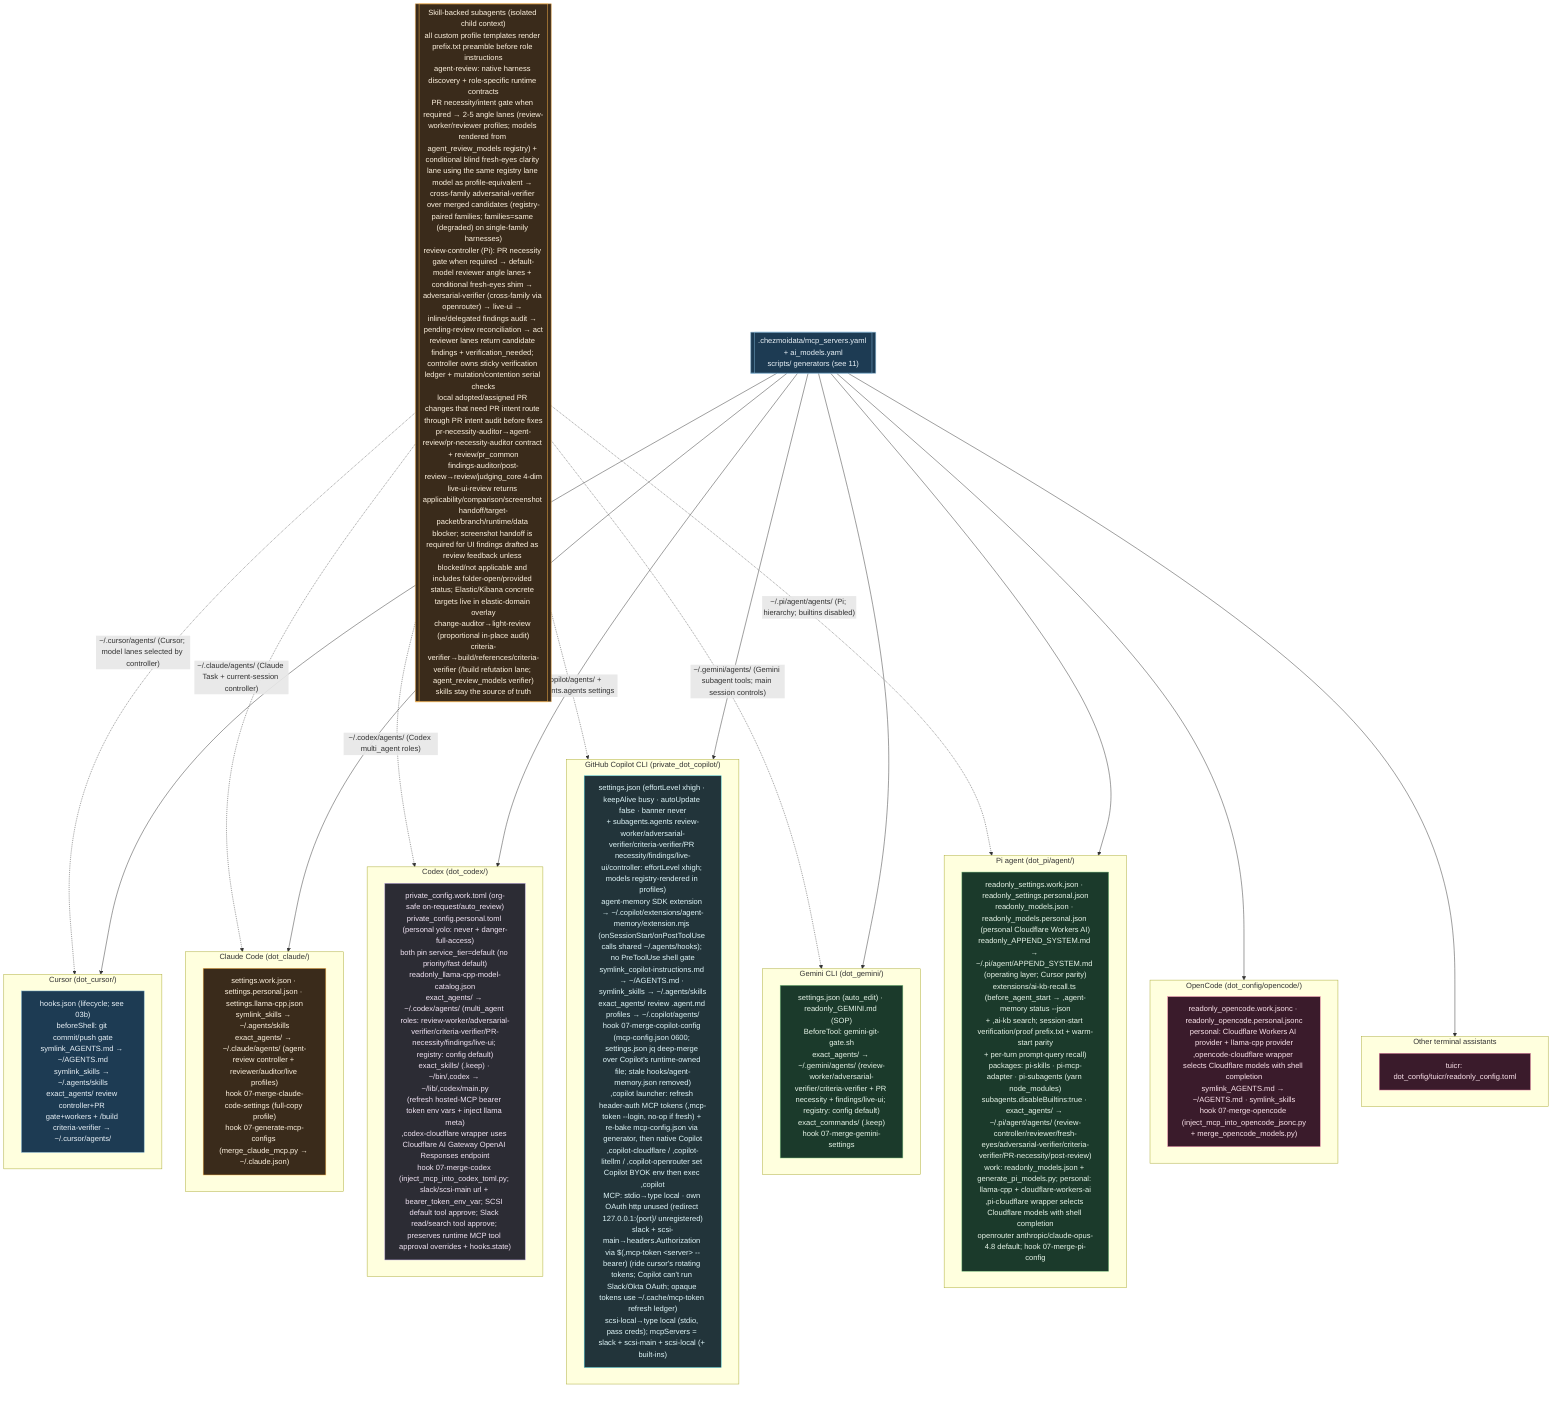
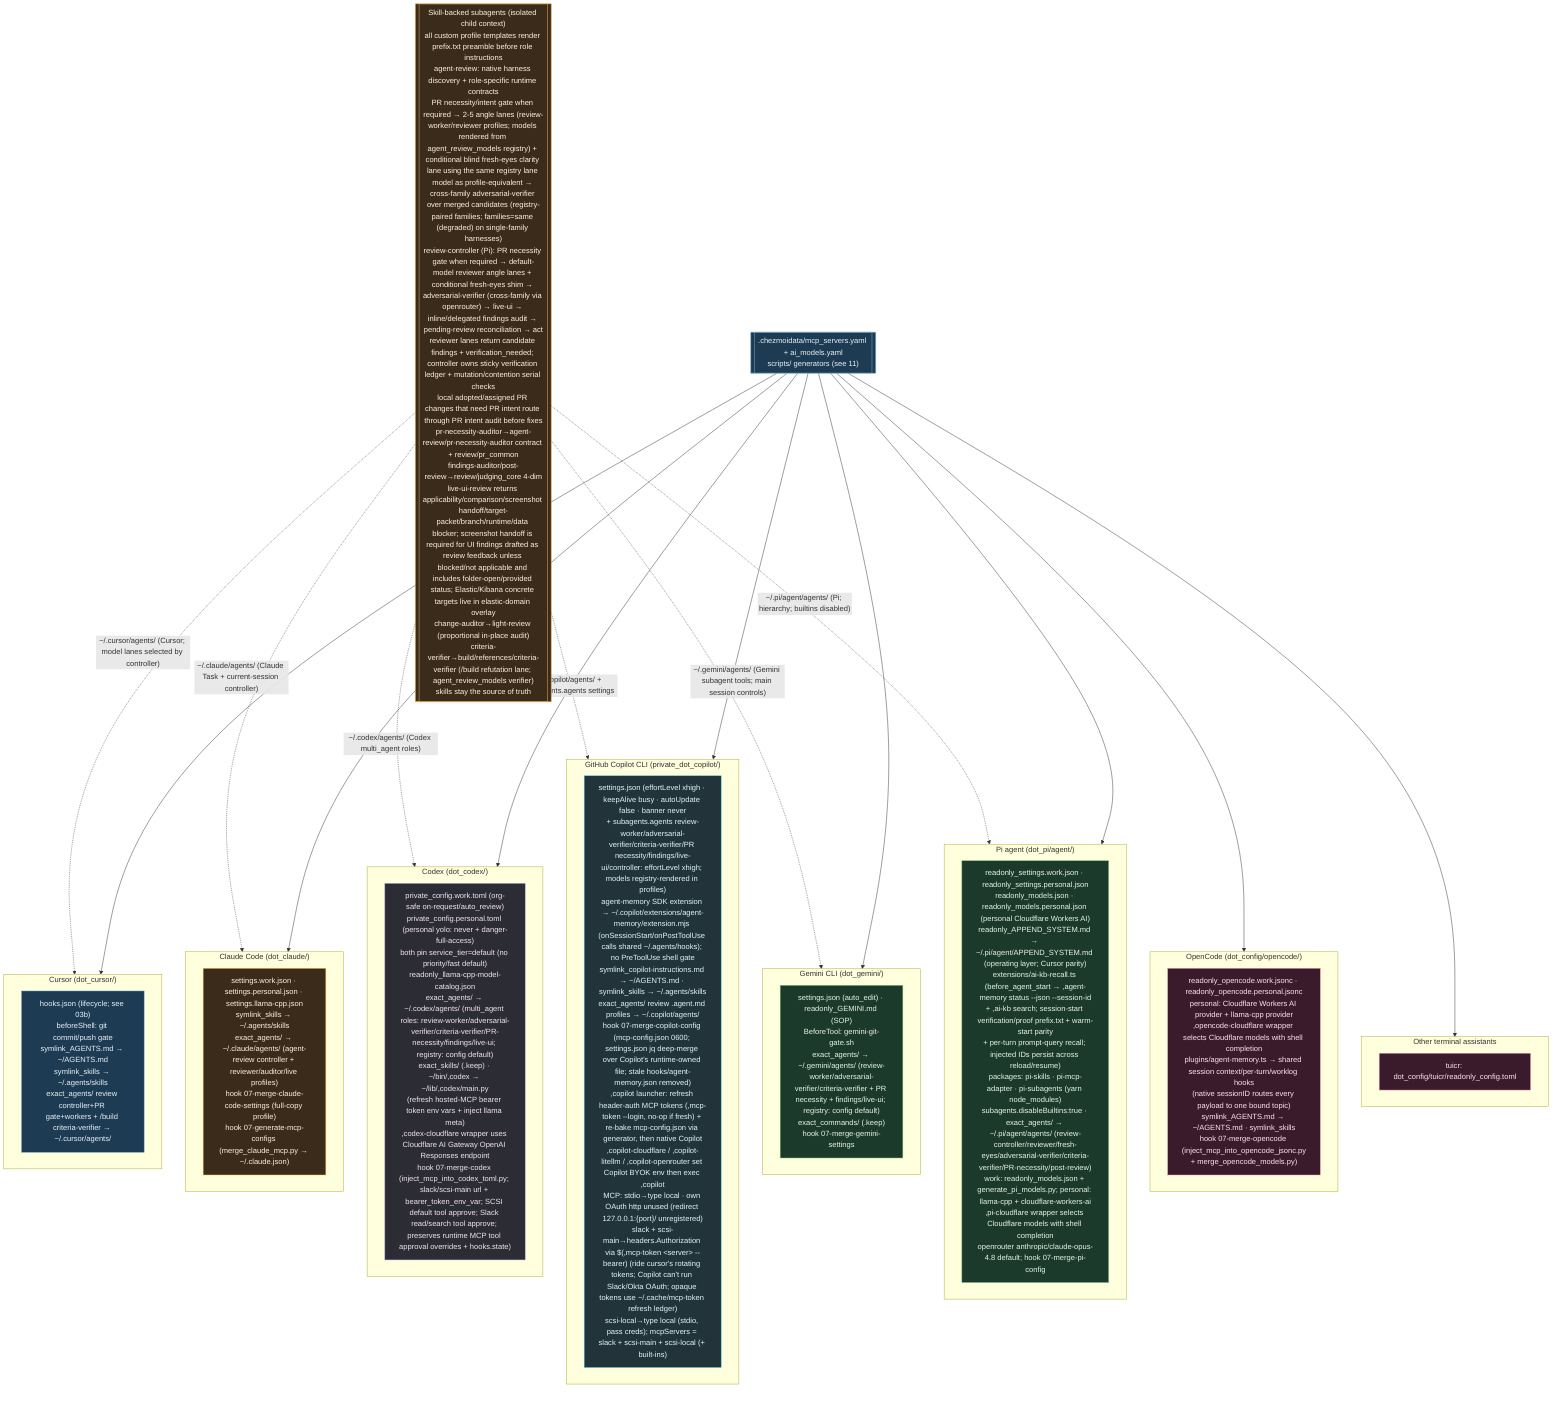
%% ============================================================================
%% 12-ai-tool-configs.mmd — Every per-tool AI config file in home/.
%% Pattern: source carries .work + .personal variants; a 07-merge-* hook picks
%% by isWork and merges generated MCP/model blocks into the live config.
%% ============================================================================
flowchart TB
    classDef cursor fill:#1d3b53,stroke:#7fb3d5,color:#eaf2f8;
    classDef claude fill:#3a2b1b,stroke:#ffb74d,color:#fff3e0;
    classDef codex fill:#2c2c34,stroke:#b39ddb,color:#f3e5f5;
    classDef gem fill:#1b3a2b,stroke:#81c784,color:#e8f5e9;
    classDef oc fill:#3a1b2b,stroke:#f48fb1,color:#fce4ec;
    classDef cop fill:#22343a,stroke:#4dd0e1,color:#e0f7fa;

    subgraph CURSOR["Cursor (dot_cursor/)"]
        CU["hooks.json (lifecycle; see 03b)<br/>beforeShell: git commit/push gate<br/>symlink_AGENTS.md → ~/AGENTS.md<br/>symlink_skills → ~/.agents/skills<br/>exact_agents/ review controller+PR gate+workers + /build criteria-verifier → ~/.cursor/agents/"]:::cursor
    end

    subgraph CLAUDE["Claude Code (dot_claude/)"]
        CLD["settings.work.json · settings.personal.json · settings.llama-cpp.json<br/>symlink_skills → ~/.agents/skills<br/>exact_agents/ → ~/.claude/agents/ (agent-review controller + reviewer/auditor/live profiles)<br/>hook 07-merge-claude-code-settings (full-copy profile)<br/>hook 07-generate-mcp-configs (merge_claude_mcp.py → ~/.claude.json)"]:::claude
    end

    subgraph CODEX["Codex (dot_codex/)"]
        CDX["private_config.work.toml (org-safe on-request/auto_review)<br/>private_config.personal.toml (personal yolo: never + danger-full-access)<br/>both pin service_tier=default (no priority/fast default)<br/>readonly_llama-cpp-model-catalog.json<br/>exact_agents/ → ~/.codex/agents/ (multi_agent roles: review-worker/adversarial-verifier/criteria-verifier/PR-necessity/findings/live-ui; registry: config default)<br/>exact_skills/ (.keep) · ~/bin/,codex → ~/lib/,codex/main.py<br/>(refresh hosted-MCP bearer token env vars + inject llama meta)<br/>,codex-cloudflare wrapper uses Cloudflare AI Gateway OpenAI Responses endpoint<br/>hook 07-merge-codex (inject_mcp_into_codex_toml.py; slack/scsi-main url + bearer_token_env_var; SCSI default tool approve; Slack read/search tool approve; preserves runtime MCP tool approval overrides + hooks.state)"]:::codex
    end

    subgraph GEMINI["Gemini CLI (dot_gemini/)"]
        GMN["settings.json (auto_edit) · readonly_GEMINI.md (SOP)<br/>BeforeTool: gemini-git-gate.sh<br/>exact_agents/ → ~/.gemini/agents/ (review-worker/adversarial-verifier/criteria-verifier + PR necessity + findings/live-ui; registry: config default)<br/>exact_commands/ (.keep)<br/>hook 07-merge-gemini-settings"]:::gem
    end

    subgraph OPENCODE["OpenCode (dot_config/opencode/)"]
-         OPC["readonly_opencode.work.jsonc · readonly_opencode.personal.jsonc<br/>personal: Cloudflare Workers AI provider + llama-cpp provider<br/>,opencode-cloudflare wrapper selects Cloudflare models with shell completion<br/>symlink_AGENTS.md → ~/AGENTS.md · symlink_skills<br/>hook 07-merge-opencode (inject_mcp_into_opencode_jsonc.py<br/>+ merge_opencode_models.py)"]:::oc
+         OPC["readonly_opencode.work.jsonc · readonly_opencode.personal.jsonc<br/>personal: Cloudflare Workers AI provider + llama-cpp provider<br/>,opencode-cloudflare wrapper selects Cloudflare models with shell completion<br/>plugins/agent-memory.ts → shared session context/per-turn/worklog hooks<br/>(native sessionID routes every payload to one bound topic)<br/>symlink_AGENTS.md → ~/AGENTS.md · symlink_skills<br/>hook 07-merge-opencode (inject_mcp_into_opencode_jsonc.py<br/>+ merge_opencode_models.py)"]:::oc
    end

    subgraph PI["Pi agent (dot_pi/agent/)"]
-         PIA["readonly_settings.work.json · readonly_settings.personal.json<br/>readonly_models.json · readonly_models.personal.json (personal Cloudflare Workers AI)<br/>readonly_APPEND_SYSTEM.md → ~/.pi/agent/APPEND_SYSTEM.md (operating layer; Cursor parity)<br/>extensions/ai-kb-recall.ts (before_agent_start → ,agent-memory status --json<br/>+ ,ai-kb search; session-start verification/proof prefix.txt + warm-start parity<br/>+ per-turn prompt-query recall)<br/>packages: pi-skills · pi-mcp-adapter · pi-subagents (yarn node_modules)<br/>subagents.disableBuiltins:true · exact_agents/ → ~/.pi/agent/agents/ (review-controller/reviewer/fresh-eyes/adversarial-verifier/criteria-verifier/PR-necessity/post-review)<br/>work: readonly_models.json + generate_pi_models.py; personal: llama-cpp + cloudflare-workers-ai<br/>,pi-cloudflare wrapper selects Cloudflare models with shell completion<br/>openrouter anthropic/claude-opus-4.8 default; hook 07-merge-pi-config"]:::gem
+         PIA["readonly_settings.work.json · readonly_settings.personal.json<br/>readonly_models.json · readonly_models.personal.json (personal Cloudflare Workers AI)<br/>readonly_APPEND_SYSTEM.md → ~/.pi/agent/APPEND_SYSTEM.md (operating layer; Cursor parity)<br/>extensions/ai-kb-recall.ts (before_agent_start → ,agent-memory status --json --session-id<br/>+ ,ai-kb search; session-start verification/proof prefix.txt + warm-start parity<br/>+ per-turn prompt-query recall; injected IDs persist across reload/resume)<br/>packages: pi-skills · pi-mcp-adapter · pi-subagents (yarn node_modules)<br/>subagents.disableBuiltins:true · exact_agents/ → ~/.pi/agent/agents/ (review-controller/reviewer/fresh-eyes/adversarial-verifier/criteria-verifier/PR-necessity/post-review)<br/>work: readonly_models.json + generate_pi_models.py; personal: llama-cpp + cloudflare-workers-ai<br/>,pi-cloudflare wrapper selects Cloudflare models with shell completion<br/>openrouter anthropic/claude-opus-4.8 default; hook 07-merge-pi-config"]:::gem
    end

    subgraph COPILOT["GitHub Copilot CLI (private_dot_copilot/)"]
        COP["settings.json (effortLevel xhigh · keepAlive busy · autoUpdate false · banner never<br/>+ subagents.agents review-worker/adversarial-verifier/criteria-verifier/PR necessity/findings/live-ui/controller: effortLevel xhigh; models registry-rendered in profiles)<br/>agent-memory SDK extension → ~/.copilot/extensions/agent-memory/extension.mjs (onSessionStart/onPostToolUse calls shared ~/.agents/hooks); no PreToolUse shell gate<br/>symlink_copilot-instructions.md → ~/AGENTS.md · symlink_skills → ~/.agents/skills<br/>exact_agents/ review .agent.md profiles → ~/.copilot/agents/<br/>hook 07-merge-copilot-config (mcp-config.json 0600; settings.json jq deep-merge over Copilot's runtime-owned file; stale hooks/agent-memory.json removed)<br/>,copilot launcher: refresh header-auth MCP tokens (,mcp-token --login, no-op if fresh) + re-bake mcp-config.json via generator, then native Copilot<br/>,copilot-cloudflare / ,copilot-litellm / ,copilot-openrouter set Copilot BYOK env then exec ,copilot<br/>MCP: stdio→type local · own OAuth http unused (redirect 127.0.0.1:{port}/ unregistered)<br/>slack + scsi-main→headers.Authorization via $(,mcp-token &lt;server&gt; --bearer) (ride cursor's rotating tokens; Copilot can't run Slack/Okta OAuth; opaque tokens use ~/.cache/mcp-token refresh ledger)<br/>scsi-local→type local (stdio, pass creds); mcpServers = slack + scsi-main + scsi-local (+ built-ins)"]:::cop
    end

    subgraph OTHER["Other terminal assistants"]
        TUI["tuicr: dot_config/tuicr/readonly_config.toml"]:::oc
    end

    REG[[".chezmoidata/mcp_servers.yaml + ai_models.yaml<br/>scripts/ generators (see 11)"]]:::cursor
    REG --> CURSOR & CLAUDE & CODEX & GEMINI & OPENCODE & PI & COPILOT & OTHER

    SUBA[["Skill-backed subagents (isolated child context)<br/>all custom profile templates render prefix.txt preamble before role instructions<br/>agent-review: native harness discovery + role-specific runtime contracts<br/>PR necessity/intent gate when required → 2-5 angle lanes (review-worker/reviewer profiles; models rendered from agent_review_models registry) + conditional blind fresh-eyes clarity lane using the same registry lane model as profile-equivalent → cross-family adversarial-verifier over merged candidates (registry-paired families; families=same (degraded) on single-family harnesses)<br/>review-controller (Pi): PR necessity gate when required → default-model reviewer angle lanes + conditional fresh-eyes shim → adversarial-verifier (cross-family via openrouter) → live-ui → inline/delegated findings audit → pending-review reconciliation → act<br/>reviewer lanes return candidate findings + verification_needed; controller owns sticky verification ledger + mutation/contention serial checks<br/>local adopted/assigned PR changes that need PR intent route through PR intent audit before fixes<br/>pr-necessity-auditor→agent-review/pr-necessity-auditor contract + review/pr_common<br/>findings-auditor/post-review→review/judging_core 4-dim<br/>live-ui-review returns applicability/comparison/screenshot handoff/target-packet/branch/runtime/data blocker; screenshot handoff is required for UI findings drafted as review feedback unless blocked/not applicable and includes folder-open/provided status; Elastic/Kibana concrete targets live in elastic-domain overlay<br/>change-auditor→light-review (proportional in-place audit)<br/>criteria-verifier→build/references/criteria-verifier (/build refutation lane; agent_review_models verifier)<br/>skills stay the source of truth"]]:::claude
    SUBA -.->|"~/.cursor/agents/ (Cursor; model lanes selected by controller)"| CURSOR
    SUBA -.->|"~/.copilot/agents/ + subagents.agents settings"| COPILOT
    SUBA -.->|"~/.claude/agents/ (Claude Task + current-session controller)"| CLAUDE
    SUBA -.->|"~/.codex/agents/ (Codex multi_agent roles)"| CODEX
    SUBA -.->|"~/.gemini/agents/ (Gemini subagent tools; main session controls)"| GEMINI
    SUBA -.->|"~/.pi/agent/agents/ (Pi; hierarchy; builtins disabled)"| PI
